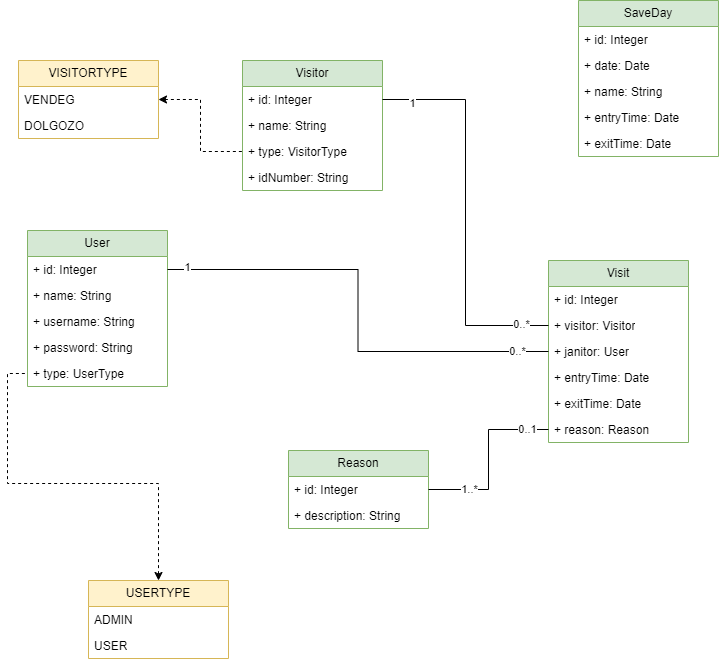
Before: documentation/backend/database.png, a diagram exported from draw.io (Dominiqueque0/Vizsgaremek-Belepteto). Source tidied: cells renumbered, new cells last; positions are measured from the earlier drawing's top-left corner, leaving out a move shared by most shapes.
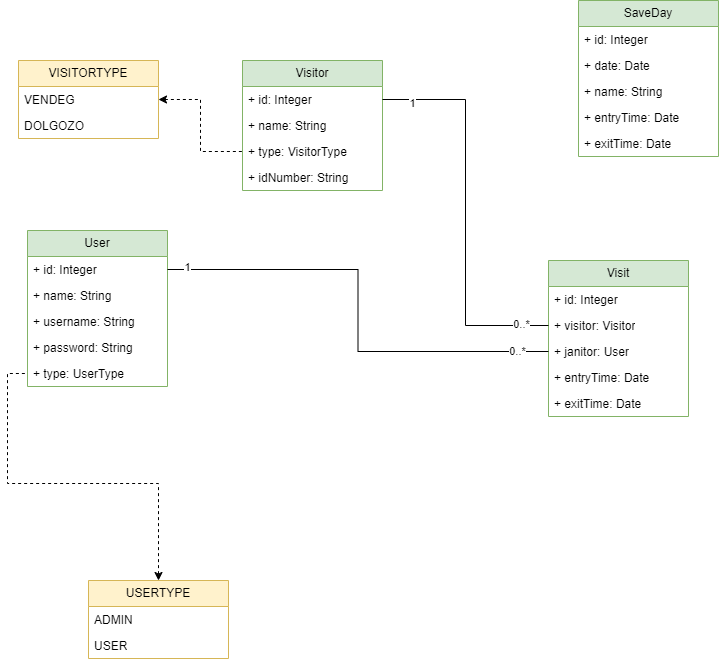
Later version of the same file.

What changed in the source:
```diff
@@ -3,7 +3,7 @@
     <mxCell id="0" />
     <mxCell id="1" parent="0" />
     <mxCell id="2" value="Visit" style="swimlane;fontStyle=0;horizontal=1;startSize=26;fillColor=#d5e8d4;whiteSpace=wrap;html=1;strokeColor=#82b366;" parent="1" vertex="1">
-      <mxGeometry x="530" y="260" width="140" height="182" as="geometry" />
+      <mxGeometry x="530" y="260" width="140" height="156" as="geometry" />
     </mxCell>
     <mxCell id="3" value="+ id: Integer" style="text;strokeColor=none;fillColor=none;align=left;verticalAlign=top;spacingLeft=4;spacingRight=4;overflow=hidden;whiteSpace=wrap;html=1;" parent="2" vertex="1">
       <mxGeometry y="26" width="140" height="26" as="geometry" />
@@ -20,9 +20,6 @@
     <mxCell id="7" value="+ exitTime: Date" style="text;strokeColor=none;fillColor=none;align=left;verticalAlign=top;spacingLeft=4;spacingRight=4;overflow=hidden;whiteSpace=wrap;html=1;" parent="2" vertex="1">
       <mxGeometry y="130" width="140" height="26" as="geometry" />
     </mxCell>
-    <mxCell id="8" value="+ reason: Reason" style="text;strokeColor=none;fillColor=none;align=left;verticalAlign=top;spacingLeft=4;spacingRight=4;overflow=hidden;points=[[0,0.5],[1,0.5]];portConstraint=eastwest;whiteSpace=wrap;html=1;" parent="2" vertex="1">
-      <mxGeometry y="156" width="140" height="26" as="geometry" />
-    </mxCell>
     <mxCell id="9" value="Visitor" style="swimlane;fontStyle=0;horizontal=1;startSize=26;fillColor=#d5e8d4;whiteSpace=wrap;html=1;strokeColor=#82b366;" parent="1" vertex="1">
       <mxGeometry x="224" y="60" width="140" height="130" as="geometry" />
     </mxCell>
@@ -38,15 +35,6 @@
     <mxCell id="13" value="+ idNumber: String" style="text;strokeColor=none;fillColor=none;align=left;verticalAlign=top;spacingLeft=4;spacingRight=4;overflow=hidden;whiteSpace=wrap;html=1;" parent="9" vertex="1">
       <mxGeometry y="104" width="140" height="26" as="geometry" />
     </mxCell>
-    <mxCell id="14" value="Reason" style="swimlane;fontStyle=0;horizontal=1;startSize=26;fillColor=#d5e8d4;whiteSpace=wrap;html=1;strokeColor=#82b366;" parent="1" vertex="1">
-      <mxGeometry x="270" y="450" width="140" height="78" as="geometry" />
-    </mxCell>
-    <mxCell id="15" value="+ id: Integer" style="text;strokeColor=none;fillColor=none;align=left;verticalAlign=top;spacingLeft=4;spacingRight=4;overflow=hidden;points=[[0,0.5],[1,0.5]];portConstraint=eastwest;whiteSpace=wrap;html=1;" parent="14" vertex="1">
-      <mxGeometry y="26" width="140" height="26" as="geometry" />
-    </mxCell>
-    <mxCell id="16" value="+ description: String" style="text;strokeColor=none;fillColor=none;align=left;verticalAlign=top;spacingLeft=4;spacingRight=4;overflow=hidden;whiteSpace=wrap;html=1;" parent="14" vertex="1">
-      <mxGeometry y="52" width="140" height="26" as="geometry" />
-    </mxCell>
     <mxCell id="17" value="User" style="swimlane;fontStyle=0;horizontal=1;startSize=26;fillColor=#d5e8d4;whiteSpace=wrap;html=1;strokeColor=#82b366;" parent="1" vertex="1">
       <mxGeometry x="9" y="230" width="140" height="156" as="geometry" />
     </mxCell>
@@ -89,15 +77,6 @@
     <mxCell id="30" value="DOLGOZO" style="text;strokeColor=none;fillColor=none;align=left;verticalAlign=top;spacingLeft=4;spacingRight=4;overflow=hidden;whiteSpace=wrap;html=1;" parent="28" vertex="1">
       <mxGeometry y="52" width="140" height="26" as="geometry" />
     </mxCell>
-    <mxCell id="31" style="edgeStyle=orthogonalEdgeStyle;rounded=0;jettySize=auto;html=1;endArrow=none;endFill=0;" parent="1" edge="1" source="15" target="8">
-      <mxGeometry relative="1" as="geometry" />
-    </mxCell>
-    <mxCell id="32" value="1..*" style="edgeLabel;html=1;align=center;verticalAlign=middle;" parent="31" vertex="1">
-      <mxGeometry x="-0.56" y="1" relative="1" as="geometry" />
-    </mxCell>
-    <mxCell id="33" value="0..1" style="edgeLabel;html=1;align=center;verticalAlign=middle;" parent="31" vertex="1">
-      <mxGeometry x="0.76" y="1" relative="1" as="geometry" />
-    </mxCell>
     <mxCell id="34" style="edgeStyle=orthogonalEdgeStyle;rounded=0;jettySize=auto;html=1;endArrow=none;endFill=0;" parent="1" edge="1" source="18" target="5">
       <mxGeometry relative="1" as="geometry" />
     </mxCell>
```
